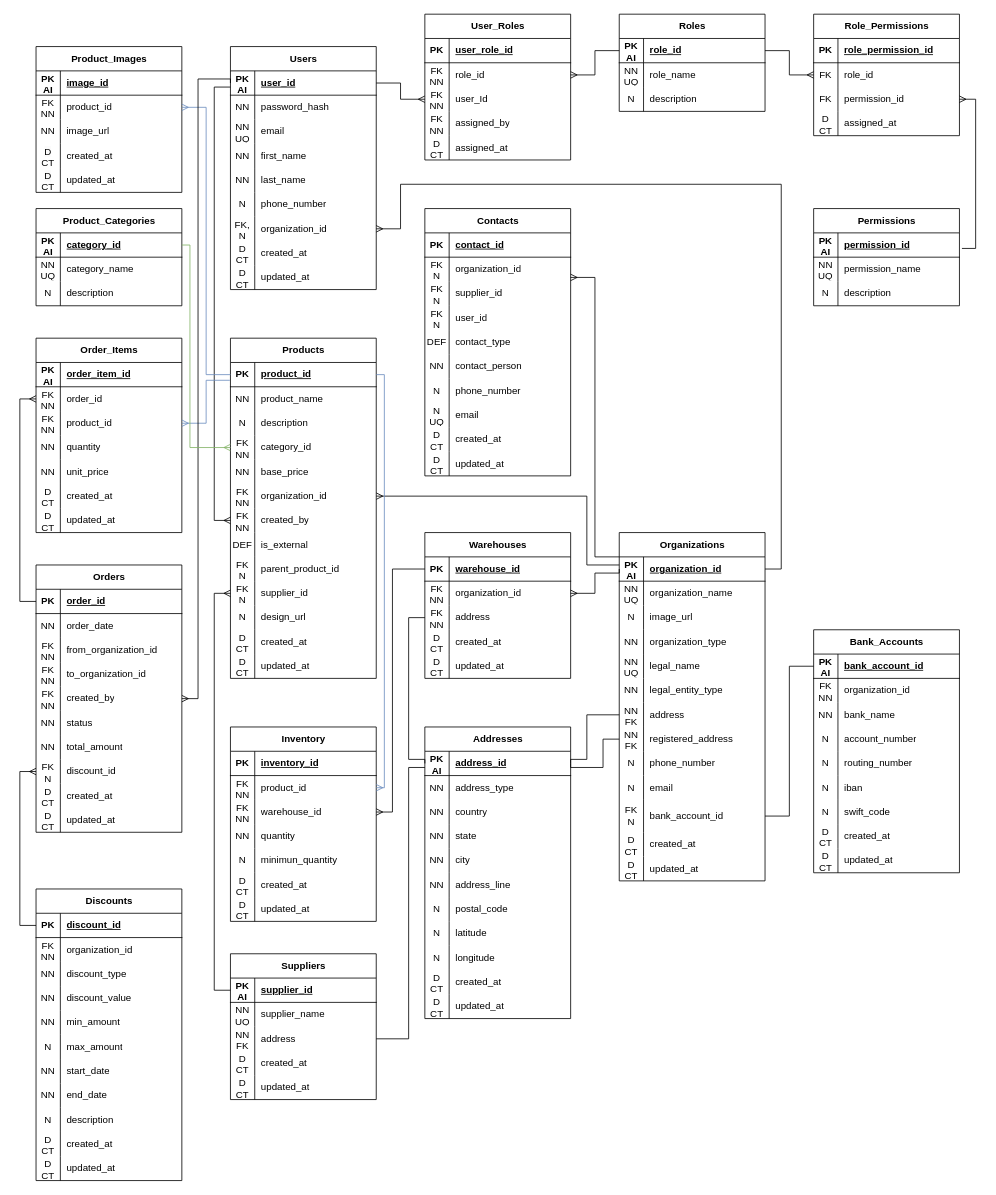
Before: diagram/Диаграмма без названия.drawio in arsen1234567/erp, a draw.io diagram. Source tidied: cells renumbered, new cells numbered last; positions are measured from the earlier drawing's top-left corner, leaving out a move shared by most shapes. Both pictures are drawn from the tidied source at 81%, with x=0, y=0 at pixel (36, 14).
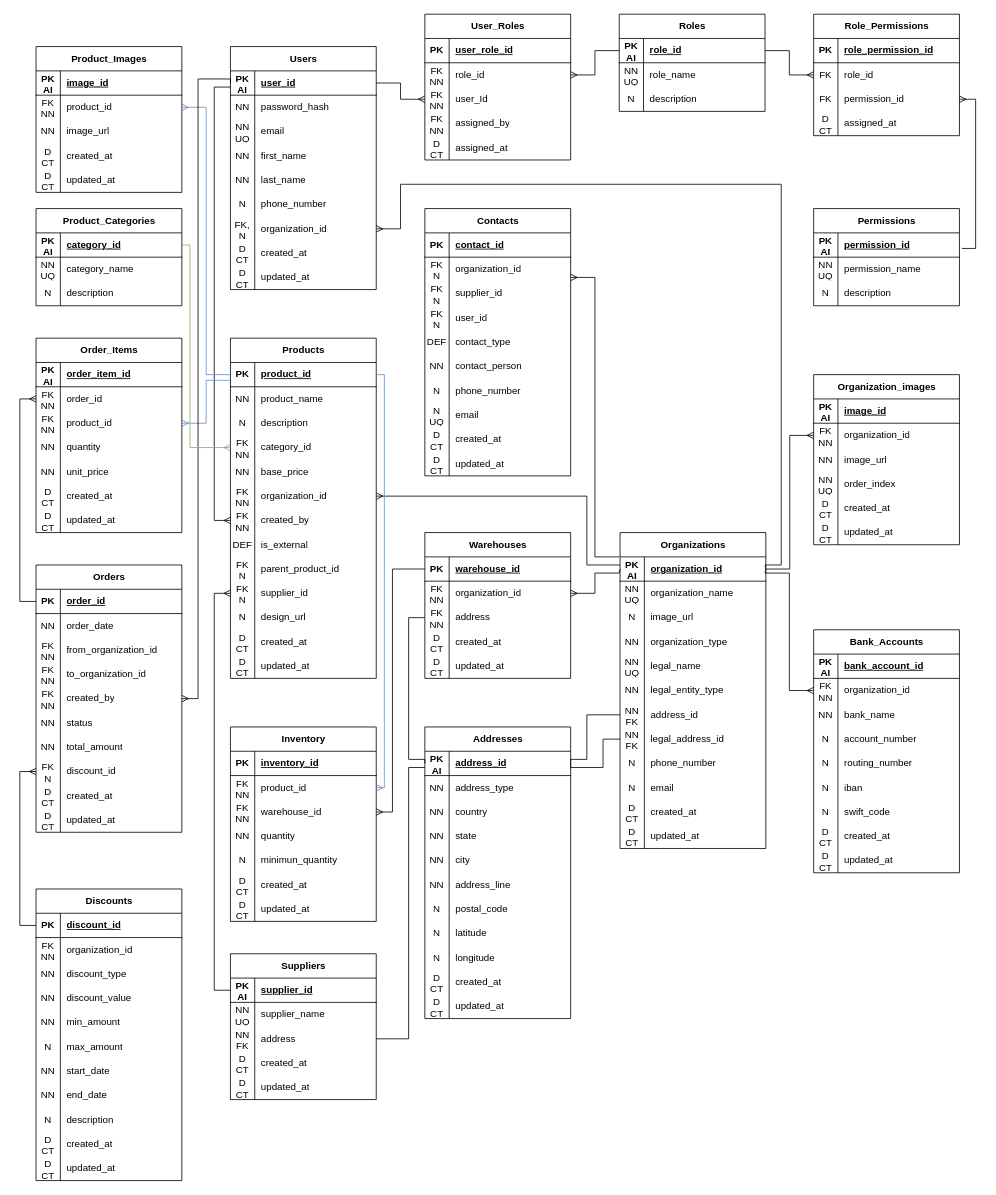
Above is the later version.

The change refers to these unchanged cells:
```xml
<mxCell id="21" style="shape=tableRow;horizontal=0;startSize=0;swimlaneHead=0;swimlaneBody=0;fillColor=none;points=[[0,0.5],[1,0.5]];portConstraint=eastwest;top=0;left=0;right=0;bottom=0;" parent="2" vertex="1">
  <mxGeometry y="210" width="180" height="30" as="geometry" />
</mxCell>
<mxCell id="146" style="shape=tableRow;horizontal=0;startSize=0;swimlaneHead=0;swimlaneBody=0;fillColor=none;points=[[0,0.5],[1,0.5]];portConstraint=eastwest;top=0;left=0;right=0;bottom=1;" parent="145" vertex="1">
  <mxGeometry y="30" width="180" height="30" as="geometry" />
</mxCell>
<mxCell id="164" style="shape=tableRow;horizontal=0;startSize=0;swimlaneHead=0;swimlaneBody=0;fillColor=none;points=[[0,0.5],[1,0.5]];portConstraint=eastwest;top=0;left=0;right=0;bottom=0;" parent="145" vertex="1">
  <mxGeometry y="210" width="180" height="30" as="geometry" />
</mxCell>
<mxCell id="167" style="shape=tableRow;horizontal=0;startSize=0;swimlaneHead=0;swimlaneBody=0;fillColor=none;points=[[0,0.5],[1,0.5]];portConstraint=eastwest;top=0;left=0;right=0;bottom=0;" parent="145" vertex="1">
  <mxGeometry y="240" width="180" height="30" as="geometry" />
</mxCell>
<mxCell id="254" value="Bank_Accounts" style="shape=table;startSize=30;childLayout=tableLayout;rowLines=0;fontStyle=1;align=center;html=1;" parent="1" vertex="1">
  <mxGeometry x="960" y="760" width="180" height="300" as="geometry" />
</mxCell>
<mxCell id="255" style="shape=tableRow;horizontal=0;startSize=0;swimlaneHead=0;swimlaneBody=0;fillColor=none;points=[[0,0.5],[1,0.5]];portConstraint=eastwest;top=0;left=0;right=0;bottom=1;" parent="254" vertex="1">
  <mxGeometry y="30" width="180" height="30" as="geometry" />
</mxCell>
```

Change to the diagram source:
```diff
@@
     <mxCell id="145" value="Organizations" style="shape=table;startSize=30;childLayout=tableLayout;rowLines=0;fontStyle=1;align=center;html=1;" parent="1" vertex="1">
-      <mxGeometry x="720" y="640" width="180" height="430" as="geometry" />
+      <mxGeometry x="721" y="640" width="180" height="390" as="geometry" />
     </mxCell>
@@
-    <mxCell id="166" value="address" style="shape=partialRectangle;fillColor=none;top=0;left=0;bottom=0;right=0;align=left;spacingLeft=6;overflow=hidden;whiteSpace=wrap;html=1;" parent="164" vertex="1">
+    <mxCell id="166" value="address_id" style="shape=partialRectangle;fillColor=none;top=0;left=0;bottom=0;right=0;align=left;spacingLeft=6;overflow=hidden;whiteSpace=wrap;html=1;" parent="164" vertex="1">
       <mxGeometry x="30" width="150" height="30" as="geometry" />
     </mxCell>
@@
-    <mxCell id="169" value="registered_address" style="shape=partialRectangle;fillColor=none;top=0;left=0;bottom=0;right=0;align=left;spacingLeft=6;overflow=hidden;whiteSpace=wrap;html=1;" parent="167" vertex="1">
+    <mxCell id="169" value="legal_address_id" style="shape=partialRectangle;fillColor=none;top=0;left=0;bottom=0;right=0;align=left;spacingLeft=6;overflow=hidden;whiteSpace=wrap;html=1;" parent="167" vertex="1">
       <mxGeometry x="30" width="150" height="30" as="geometry" />
     </mxCell>
@@
-    <mxCell id="176" style="shape=tableRow;horizontal=0;startSize=0;swimlaneHead=0;swimlaneBody=0;fillColor=none;points=[[0,0.5],[1,0.5]];portConstraint=eastwest;top=0;left=0;right=0;bottom=0;" parent="145" vertex="1">
-      <mxGeometry y="330" width="180" height="40" as="geometry" />
-    </mxCell>
-    <mxCell id="177" value="FK&lt;div&gt;N&lt;/div&gt;" style="shape=partialRectangle;fillColor=none;top=0;left=0;bottom=0;right=0;overflow=hidden;whiteSpace=wrap;html=1;" parent="176" vertex="1">
-      <mxGeometry width="30" height="40" as="geometry" />
-    </mxCell>
-    <mxCell id="178" value="bank_account_id" style="shape=partialRectangle;fillColor=none;top=0;left=0;bottom=0;right=0;align=left;spacingLeft=6;overflow=hidden;whiteSpace=wrap;html=1;" parent="176" vertex="1">
-      <mxGeometry x="30" width="150" height="40" as="geometry" />
-    </mxCell>
     <mxCell id="179" style="shape=tableRow;horizontal=0;startSize=0;swimlaneHead=0;swimlaneBody=0;fillColor=none;top=0;left=0;right=0;bottom=0;" parent="145" vertex="1">
-      <mxGeometry y="370" width="180" height="30" as="geometry" />
+      <mxGeometry y="330" width="180" height="30" as="geometry" />
     </mxCell>
@@
     <mxCell id="182" style="shape=tableRow;horizontal=0;startSize=0;swimlaneHead=0;swimlaneBody=0;fillColor=none;top=0;left=0;right=0;bottom=0;" parent="145" vertex="1">
-      <mxGeometry y="400" width="180" height="30" as="geometry" />
+      <mxGeometry y="360" width="180" height="30" as="geometry" />
     </mxCell>
@@
-    <mxCell id="258" style="shape=tableRow;horizontal=0;startSize=0;swimlaneHead=0;swimlaneBody=0;fillColor=none;top=0;left=0;right=0;bottom=0;" parent="254" vertex="1">
-      <mxGeometry y="60" width="180" height="30" as="geometry" />
-    </mxCell>
-    <mxCell id="259" value="FK&lt;div&gt;NN&lt;/div&gt;" style="shape=partialRectangle;fillColor=none;top=0;left=0;bottom=0;right=0;overflow=hidden;whiteSpace=wrap;html=1;" parent="258" vertex="1">
-      <mxGeometry width="30" height="30" as="geometry" />
-    </mxCell>
-    <mxCell id="260" value="organization_id" style="shape=partialRectangle;fillColor=none;top=0;left=0;bottom=0;right=0;align=left;spacingLeft=6;overflow=hidden;whiteSpace=wrap;html=1;" parent="258" vertex="1">
-      <mxGeometry x="30" width="150" height="30" as="geometry" />
-    </mxCell>
+    <mxCell id="442" style="shape=tableRow;horizontal=0;startSize=0;swimlaneHead=0;swimlaneBody=0;fillColor=none;points=[[0,0.5],[1,0.5]];portConstraint=eastwest;top=0;left=0;right=0;bottom=0;" parent="254" vertex="1">
+      <mxGeometry y="60" width="180" height="30" as="geometry" />
+    </mxCell>
+    <mxCell id="443" value="FK&lt;div&gt;NN&lt;/div&gt;" style="shape=partialRectangle;fillColor=none;top=0;left=0;bottom=0;right=0;overflow=hidden;whiteSpace=wrap;html=1;" parent="442" vertex="1">
+      <mxGeometry width="30" height="30" as="geometry" />
+    </mxCell>
+    <mxCell id="444" value="organization_id" style="shape=partialRectangle;fillColor=none;top=0;left=0;bottom=0;right=0;align=left;spacingLeft=6;overflow=hidden;whiteSpace=wrap;html=1;" parent="442" vertex="1">
+      <mxGeometry x="30" width="150" height="30" as="geometry" />
+    </mxCell>
@@
     <mxCell id="427" style="edgeStyle=orthogonalEdgeStyle;rounded=0;jettySize=auto;html=1;entryX=1;entryY=0.5;entryDx=0;entryDy=0;exitX=1;exitY=0.5;exitDx=0;exitDy=0;endArrow=none;endFill=0;startArrow=ERmany;startFill=0;" parent="1" edge="1" source="21" target="146">
       <mxGeometry relative="1" as="geometry">
         <Array as="points">
           <mxPoint x="450" y="265" />
           <mxPoint x="450" y="210" />
           <mxPoint x="920" y="210" />
-          <mxPoint x="920" y="685" />
+          <mxPoint x="920" y="680" />
+          <mxPoint x="900" y="680" />
         </Array>
       </mxGeometry>
     </mxCell>
@@
-    <mxCell id="429" style="edgeStyle=orthogonalEdgeStyle;rounded=0;jettySize=auto;html=1;entryX=0;entryY=0.5;entryDx=0;entryDy=0;endArrow=none;endFill=0;" parent="1" edge="1" source="176" target="255">
+    <mxCell id="429" style="edgeStyle=orthogonalEdgeStyle;rounded=0;jettySize=auto;html=1;entryX=0;entryY=0.5;entryDx=0;entryDy=0;endArrow=none;endFill=0;" parent="1" edge="1" target="255">
       <mxGeometry relative="1" as="geometry" />
     </mxCell>
@@
+    <mxCell id="445" value="Organization_images" style="shape=table;startSize=30;childLayout=tableLayout;rowLines=0;fontStyle=1;align=center;html=1;" parent="1" vertex="1">
+      <mxGeometry x="960" y="445" width="180" height="210" as="geometry" />
+    </mxCell>
+    <mxCell id="446" style="shape=tableRow;horizontal=0;startSize=0;swimlaneHead=0;swimlaneBody=0;fillColor=none;top=0;left=0;right=0;bottom=1;" parent="445" vertex="1">
+      <mxGeometry y="30" width="180" height="30" as="geometry" />
+    </mxCell>
+    <mxCell id="447" value="PK&lt;div&gt;AI&lt;/div&gt;" style="shape=partialRectangle;fillColor=none;top=0;left=0;bottom=0;right=0;fontStyle=1;overflow=hidden;whiteSpace=wrap;html=1;" parent="446" vertex="1">
+      <mxGeometry width="30" height="30" as="geometry" />
+    </mxCell>
+    <mxCell id="448" value="image_id" style="shape=partialRectangle;fillColor=none;top=0;left=0;bottom=0;right=0;align=left;spacingLeft=6;fontStyle=5;overflow=hidden;whiteSpace=wrap;html=1;" parent="446" vertex="1">
+      <mxGeometry x="30" width="150" height="30" as="geometry" />
+    </mxCell>
+    <mxCell id="449" style="shape=tableRow;horizontal=0;startSize=0;swimlaneHead=0;swimlaneBody=0;fillColor=none;points=[[0,0.5],[1,0.5]];portConstraint=eastwest;top=0;left=0;right=0;bottom=0;" parent="445" vertex="1">
+      <mxGeometry y="60" width="180" height="30" as="geometry" />
+    </mxCell>
+    <mxCell id="450" value="FK&lt;div&gt;NN&lt;/div&gt;" style="shape=partialRectangle;fillColor=none;top=0;left=0;bottom=0;right=0;overflow=hidden;whiteSpace=wrap;html=1;" parent="449" vertex="1">
+      <mxGeometry width="30" height="30" as="geometry" />
+    </mxCell>
+    <mxCell id="451" value="organization_id" style="shape=partialRectangle;fillColor=none;top=0;left=0;bottom=0;right=0;align=left;spacingLeft=6;overflow=hidden;whiteSpace=wrap;html=1;" parent="449" vertex="1">
+      <mxGeometry x="30" width="150" height="30" as="geometry" />
+    </mxCell>
+    <mxCell id="452" style="shape=tableRow;horizontal=0;startSize=0;swimlaneHead=0;swimlaneBody=0;fillColor=none;top=0;left=0;right=0;bottom=0;" parent="445" vertex="1">
+      <mxGeometry y="90" width="180" height="30" as="geometry" />
+    </mxCell>
+    <mxCell id="453" value="NN" style="shape=partialRectangle;fillColor=none;top=0;left=0;bottom=0;right=0;overflow=hidden;whiteSpace=wrap;html=1;" parent="452" vertex="1">
+      <mxGeometry width="30" height="30" as="geometry" />
+    </mxCell>
+    <mxCell id="454" value="image_url" style="shape=partialRectangle;fillColor=none;top=0;left=0;bottom=0;right=0;align=left;spacingLeft=6;overflow=hidden;whiteSpace=wrap;html=1;" parent="452" vertex="1">
+      <mxGeometry x="30" width="150" height="30" as="geometry" />
+    </mxCell>
+    <mxCell id="455" style="shape=tableRow;horizontal=0;startSize=0;swimlaneHead=0;swimlaneBody=0;fillColor=none;top=0;left=0;right=0;bottom=0;" parent="445" vertex="1">
+      <mxGeometry y="120" width="180" height="30" as="geometry" />
+    </mxCell>
+    <mxCell id="456" value="NN&lt;div&gt;UQ&lt;/div&gt;" style="shape=partialRectangle;fillColor=none;top=0;left=0;bottom=0;right=0;overflow=hidden;whiteSpace=wrap;html=1;" parent="455" vertex="1">
+      <mxGeometry width="30" height="30" as="geometry" />
+    </mxCell>
+    <mxCell id="457" value="order_index" style="shape=partialRectangle;fillColor=none;top=0;left=0;bottom=0;right=0;align=left;spacingLeft=6;overflow=hidden;whiteSpace=wrap;html=1;" parent="455" vertex="1">
+      <mxGeometry x="30" width="150" height="30" as="geometry" />
+    </mxCell>
+    <mxCell id="458" style="shape=tableRow;horizontal=0;startSize=0;swimlaneHead=0;swimlaneBody=0;fillColor=none;top=0;left=0;right=0;bottom=0;" parent="445" vertex="1">
+      <mxGeometry y="150" width="180" height="30" as="geometry" />
+    </mxCell>
+    <mxCell id="459" value="D&lt;div&gt;CT&lt;/div&gt;" style="shape=partialRectangle;fillColor=none;top=0;left=0;bottom=0;right=0;overflow=hidden;whiteSpace=wrap;html=1;" parent="458" vertex="1">
+      <mxGeometry width="30" height="30" as="geometry" />
+    </mxCell>
+    <mxCell id="460" value="created_at" style="shape=partialRectangle;fillColor=none;top=0;left=0;bottom=0;right=0;align=left;spacingLeft=6;overflow=hidden;whiteSpace=wrap;html=1;" parent="458" vertex="1">
+      <mxGeometry x="30" width="150" height="30" as="geometry" />
+    </mxCell>
+    <mxCell id="461" style="shape=tableRow;horizontal=0;startSize=0;swimlaneHead=0;swimlaneBody=0;fillColor=none;top=0;left=0;right=0;bottom=0;" parent="445" vertex="1">
+      <mxGeometry y="180" width="180" height="30" as="geometry" />
+    </mxCell>
+    <mxCell id="462" value="&lt;span style=&quot;caret-color: rgb(0, 0, 0); color: rgb(0, 0, 0); font-family: Helvetica; font-size: 12px; font-style: normal; font-variant-caps: normal; font-weight: 400; letter-spacing: normal; orphans: auto; text-align: center; text-indent: 0px; text-transform: none; white-space: normal; widows: auto; word-spacing: 0px; -webkit-text-stroke-width: 0px; background-color: rgb(251, 251, 251); text-decoration: none; display: inline !important; float: none;&quot;&gt;D&lt;/span&gt;&lt;div style=&quot;caret-color: rgb(0, 0, 0); color: rgb(0, 0, 0); font-family: Helvetica; font-size: 12px; font-style: normal; font-variant-caps: normal; font-weight: 400; letter-spacing: normal; orphans: auto; text-align: center; text-indent: 0px; text-transform: none; white-space: normal; widows: auto; word-spacing: 0px; -webkit-text-stroke-width: 0px; text-decoration: none;&quot;&gt;CT&lt;/div&gt;" style="shape=partialRectangle;fillColor=none;top=0;left=0;bottom=0;right=0;overflow=hidden;whiteSpace=wrap;html=1;" parent="461" vertex="1">
+      <mxGeometry width="30" height="30" as="geometry" />
+    </mxCell>
+    <mxCell id="463" value="updated_at" style="shape=partialRectangle;fillColor=none;top=0;left=0;bottom=0;right=0;align=left;spacingLeft=6;overflow=hidden;whiteSpace=wrap;html=1;" parent="461" vertex="1">
+      <mxGeometry x="30" width="150" height="30" as="geometry" />
+    </mxCell>
+    <mxCell id="464" style="edgeStyle=orthogonalEdgeStyle;rounded=0;jettySize=auto;html=1;exitX=0;exitY=0.5;exitDx=0;exitDy=0;entryX=1;entryY=0.5;entryDx=0;entryDy=0;startArrow=ERmany;startFill=0;endArrow=none;endFill=0;" parent="1" edge="1" source="442" target="146">
+      <mxGeometry relative="1" as="geometry">
+        <Array as="points">
+          <mxPoint x="930" y="835" />
+          <mxPoint x="930" y="690" />
+          <mxPoint x="900" y="690" />
+        </Array>
+      </mxGeometry>
+    </mxCell>
+    <mxCell id="465" style="edgeStyle=orthogonalEdgeStyle;rounded=0;jettySize=auto;html=1;entryX=1;entryY=0.5;entryDx=0;entryDy=0;endArrow=none;endFill=0;startArrow=ERmany;startFill=0;" parent="1" edge="1" source="449" target="146">
+      <mxGeometry relative="1" as="geometry" />
+    </mxCell>
```
